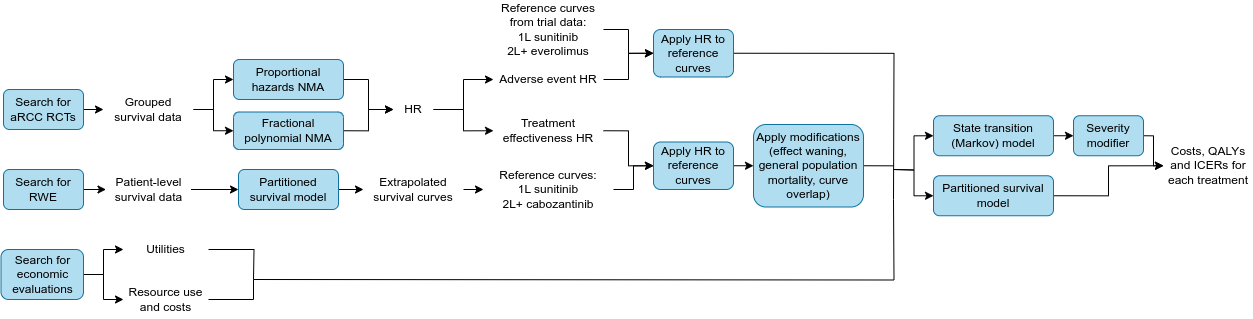
Earlier version of the draw.io export docs/images/detailed_overview.drawio.png (nice-digital/NICE-model-repo). Source tidied: cells renumbered, new cells last; positions are measured from the earlier drawing's top-left corner, leaving out a move shared by most shapes.
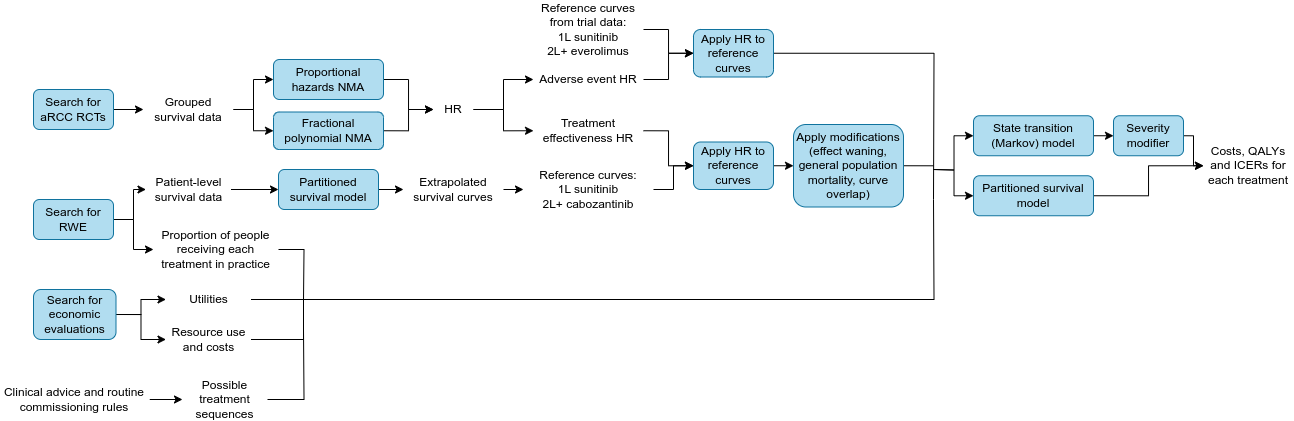
Above is the later version.

Commit message:
docs(diagrams): updated the overview diagrams

The edit, as a diff of the source:
```diff
@@ -6,7 +6,7 @@
       <mxGeometry relative="1" as="geometry" />
     </mxCell>
     <mxCell id="3" value="Search for aRCC RCTs" style="rounded=1;whiteSpace=wrap;html=1;fillColor=#b1ddf0;strokeColor=#10739e;" parent="1" vertex="1">
-      <mxGeometry x="2" y="80" width="80" height="40" as="geometry" />
+      <mxGeometry x="-8" y="80" width="80" height="40" as="geometry" />
     </mxCell>
     <mxCell id="4" style="edgeStyle=orthogonalEdgeStyle;rounded=0;jettySize=auto;html=1;exitX=1;exitY=0.5;exitDx=0;exitDy=0;entryX=0;entryY=0.5;entryDx=0;entryDy=0;" parent="1" edge="1" source="6" target="8">
       <mxGeometry relative="1" as="geometry" />
@@ -41,8 +41,11 @@
     <mxCell id="14" style="edgeStyle=orthogonalEdgeStyle;rounded=0;jettySize=auto;html=1;exitX=1;exitY=0.5;exitDx=0;exitDy=0;entryX=0;entryY=0.5;entryDx=0;entryDy=0;" parent="1" edge="1" source="15" target="17">
       <mxGeometry relative="1" as="geometry" />
     </mxCell>
+    <mxCell id="53" style="edgeStyle=orthogonalEdgeStyle;rounded=0;jettySize=auto;html=1;exitX=1;exitY=0.5;exitDx=0;exitDy=0;entryX=0;entryY=0.5;entryDx=0;entryDy=0;" parent="1" edge="1" source="15" target="55">
+      <mxGeometry relative="1" as="geometry" />
+    </mxCell>
     <mxCell id="15" value="Search for RWE" style="rounded=1;whiteSpace=wrap;html=1;fillColor=#b1ddf0;strokeColor=#10739e;" parent="1" vertex="1">
-      <mxGeometry x="2" y="160" width="80" height="40" as="geometry" />
+      <mxGeometry x="-8" y="190" width="80" height="40" as="geometry" />
     </mxCell>
     <mxCell id="16" style="edgeStyle=orthogonalEdgeStyle;rounded=0;jettySize=auto;html=1;exitX=1;exitY=0.5;exitDx=0;exitDy=0;entryX=0;entryY=0.5;entryDx=0;entryDy=0;" parent="1" edge="1" source="17" target="19">
       <mxGeometry relative="1" as="geometry" />
@@ -104,14 +107,14 @@
     </mxCell>
     <mxCell id="34" style="edgeStyle=orthogonalEdgeStyle;rounded=0;jettySize=auto;html=1;exitX=1;exitY=0.5;exitDx=0;exitDy=0;endArrow=none;endFill=0;" parent="1" edge="1" source="35">
       <mxGeometry relative="1" as="geometry">
-        <mxPoint x="252" y="270" as="targetPoint" />
+        <mxPoint x="262" y="290" as="targetPoint" />
         <Array as="points">
-          <mxPoint x="252" y="290" />
+          <mxPoint x="262" y="330" />
         </Array>
       </mxGeometry>
     </mxCell>
     <mxCell id="35" value="Resource use and costs" style="rounded=1;whiteSpace=wrap;html=1;fillColor=none;strokeColor=none;" parent="1" vertex="1">
-      <mxGeometry x="122" y="270" width="85" height="40" as="geometry" />
+      <mxGeometry x="124.5" y="310" width="85" height="40" as="geometry" />
     </mxCell>
     <mxCell id="36" style="edgeStyle=orthogonalEdgeStyle;rounded=0;jettySize=auto;html=1;exitX=1;exitY=0.5;exitDx=0;exitDy=0;entryX=0;entryY=0.5;entryDx=0;entryDy=0;" parent="1" edge="1" source="38" target="35">
       <mxGeometry relative="1" as="geometry" />
@@ -120,15 +123,10 @@
       <mxGeometry relative="1" as="geometry" />
     </mxCell>
     <mxCell id="38" value="Search for economic evaluations" style="rounded=1;whiteSpace=wrap;html=1;fillColor=#b1ddf0;strokeColor=#10739e;" parent="1" vertex="1">
-      <mxGeometry x="-0.5" y="240" width="82.5" height="50" as="geometry" />
+      <mxGeometry x="-8" y="280" width="82.5" height="50" as="geometry" />
     </mxCell>
-    <mxCell id="39" style="edgeStyle=orthogonalEdgeStyle;rounded=0;jettySize=auto;html=1;exitX=1;exitY=0.5;exitDx=0;exitDy=0;endArrow=none;endFill=0;" parent="1" edge="1" source="40">
-      <mxGeometry relative="1" as="geometry">
-        <mxPoint x="252" y="270" as="targetPoint" />
-      </mxGeometry>
-    </mxCell>
     <mxCell id="40" value="Utilities" style="rounded=1;whiteSpace=wrap;html=1;fillColor=none;strokeColor=none;" parent="1" vertex="1">
-      <mxGeometry x="122" y="230" width="85" height="20" as="geometry" />
+      <mxGeometry x="124.5" y="280" width="85" height="20" as="geometry" />
     </mxCell>
     <mxCell id="41" style="edgeStyle=orthogonalEdgeStyle;rounded=0;jettySize=auto;html=1;exitX=1;exitY=0.5;exitDx=0;exitDy=0;entryX=0;entryY=0.5;entryDx=0;entryDy=0;" parent="1" edge="1" source="42" target="52">
       <mxGeometry relative="1" as="geometry" />
@@ -145,9 +143,8 @@
     <mxCell id="45" value="Costs, QALYs and ICERs for each treatment" style="rounded=0;whiteSpace=wrap;html=1;fillColor=none;strokeColor=none;" parent="1" vertex="1">
       <mxGeometry x="1162" y="132.5" width="90" height="47.5" as="geometry" />
     </mxCell>
-    <mxCell id="46" style="endArrow=none;html=1;rounded=0;edgeStyle=orthogonalEdgeStyle;endFill=0;" parent="1" edge="1">
+    <mxCell id="46" style="endArrow=none;html=1;rounded=0;edgeStyle=orthogonalEdgeStyle;endFill=0;exitX=1;exitY=0.5;exitDx=0;exitDy=0;" parent="1" edge="1" source="40">
       <mxGeometry relative="1" as="geometry">
-        <mxPoint x="252" y="270" as="sourcePoint" />
         <mxPoint x="892" y="190" as="targetPoint" />
       </mxGeometry>
     </mxCell>
@@ -178,5 +175,27 @@
     <mxCell id="52" value="Severity modifier" style="rounded=1;whiteSpace=wrap;html=1;fillColor=#b1ddf0;strokeColor=#10739e;" parent="1" vertex="1">
       <mxGeometry x="1072" y="106.2" width="70" height="40" as="geometry" />
     </mxCell>
+    <mxCell id="54" style="edgeStyle=orthogonalEdgeStyle;rounded=0;jettySize=auto;html=1;exitX=1;exitY=0.5;exitDx=0;exitDy=0;endArrow=none;endFill=0;" parent="1" edge="1" source="55">
+      <mxGeometry relative="1" as="geometry">
+        <mxPoint x="262" y="290" as="targetPoint" />
+      </mxGeometry>
+    </mxCell>
+    <mxCell id="55" value="Proportion of people receiving each treatment in practice" style="rounded=1;whiteSpace=wrap;html=1;fillColor=none;strokeColor=none;" parent="1" vertex="1">
+      <mxGeometry x="112" y="220" width="125" height="40" as="geometry" />
+    </mxCell>
+    <mxCell id="56" style="edgeStyle=orthogonalEdgeStyle;rounded=0;jettySize=auto;html=1;exitX=1;exitY=0.5;exitDx=0;exitDy=0;endArrow=none;endFill=0;" parent="1" edge="1" source="57">
+      <mxGeometry relative="1" as="geometry">
+        <mxPoint x="262" y="320" as="targetPoint" />
+      </mxGeometry>
+    </mxCell>
+    <mxCell id="57" value="Possible treatment sequences" style="rounded=1;whiteSpace=wrap;html=1;fillColor=none;strokeColor=none;" parent="1" vertex="1">
+      <mxGeometry x="141" y="370" width="85" height="40" as="geometry" />
+    </mxCell>
+    <mxCell id="58" style="edgeStyle=orthogonalEdgeStyle;rounded=0;jettySize=auto;html=1;exitX=1;exitY=0.5;exitDx=0;exitDy=0;" parent="1" edge="1" source="59" target="57">
+      <mxGeometry relative="1" as="geometry" />
+    </mxCell>
+    <mxCell id="59" value="Clinical advice and routine commissioning rules" style="rounded=1;whiteSpace=wrap;html=1;fillColor=none;strokeColor=none;" parent="1" vertex="1">
+      <mxGeometry x="-41.8" y="370" width="150" height="40" as="geometry" />
+    </mxCell>
   </root>
 </mxGraphModel>
```
